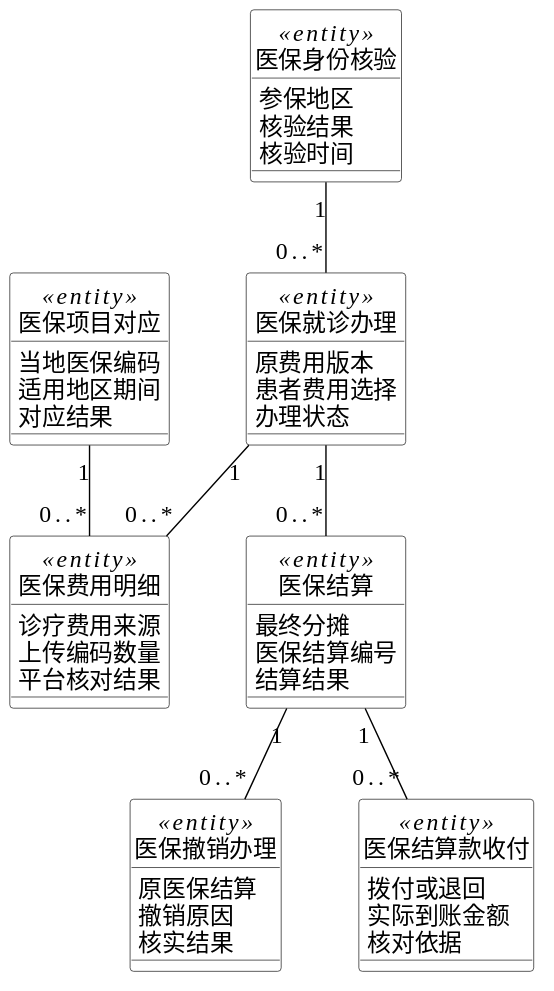
This is 01-需求文档/diagrams/integrated-20261019/analysis-entities-9.svg from Shawmc-creator/systemAnalyseAndDesign, a PlantUML export, as it was before one commit. Its source is kept beside it as 01-需求文档/diagrams/integrated-20261019/analysis-entities-9.puml. Source of this version:
```plantuml
@startuml
skinparam backgroundColor white
skinparam shadowing false
skinparam defaultFontName SimSun
skinparam defaultFontSize 17
skinparam ArrowColor black
skinparam ClassBackgroundColor white
skinparam ActorBackgroundColor white
skinparam BoundaryBackgroundColor white
skinparam ControlBackgroundColor white
skinparam EntityBackgroundColor white
skinparam NoteBackgroundColor white
skinparam NoteBorderColor black
skinparam classAttributeIconSize 0
skinparam nodesep 24
skinparam ranksep 34
hide circle
skinparam nodesep 55
skinparam ranksep 65
class "医保身份核验" as insurance_identity <<entity>> {
 参保地区
 核验结果
 核验时间
}
class "医保项目对应" as insurance_item_mapping <<entity>> {
 当地医保编码
 适用地区期间
 对应结果
}
class "医保就诊办理" as insurance_case <<entity>> {
 原费用版本
 患者费用选择
 办理状态
}
class "医保费用明细" as insurance_fee <<entity>> {
 诊疗费用来源
 上传编码数量
 平台核对结果
}
class "医保结算" as insurance_settlement <<entity>> {
 最终分摊
 医保结算编号
 结算结果
}
class "医保撤销办理" as insurance_reversal <<entity>> {
 原医保结算
 撤销原因
 核实结果
}
class "医保结算款收付" as insurance_fund_receipt <<entity>> {
 拨付或退回
 实际到账金额
 核对依据
}
insurance_identity "1" -- "0..*" insurance_case
insurance_case "1" -- "0..*" insurance_fee
insurance_item_mapping "1" -- "0..*" insurance_fee
insurance_case "1" -- "0..*" insurance_settlement
insurance_settlement "1" -- "0..*" insurance_reversal
insurance_settlement "1" -- "0..*" insurance_fund_receipt

@enduml
```
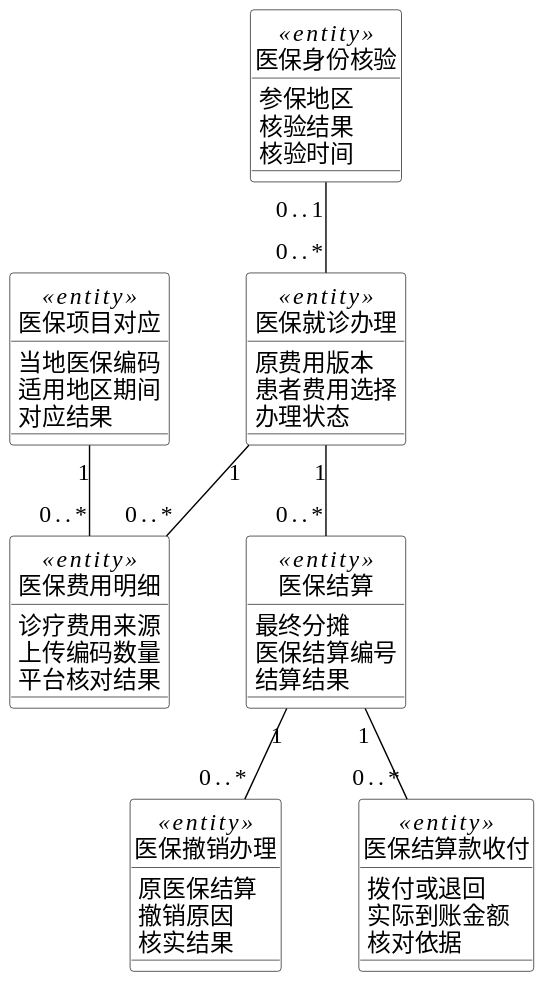
After the commit.

What changed in the source:
```diff
@@ -52,7 +52,7 @@
  实际到账金额
  核对依据
 }
-insurance_identity "1" -- "0..*" insurance_case
+insurance_identity "0..1" -- "0..*" insurance_case
 insurance_case "1" -- "0..*" insurance_fee
 insurance_item_mapping "1" -- "0..*" insurance_fee
 insurance_case "1" -- "0..*" insurance_settlement
```
